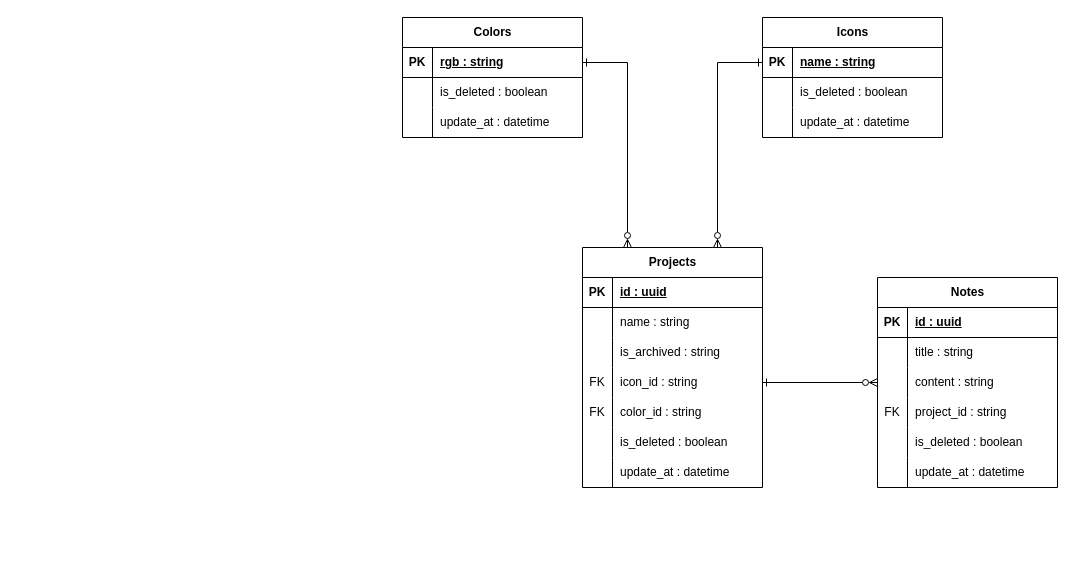
The draw.io diagram documentation/Relational_Model.drawio in PulidoLuciano/personal-space, before the edit. Source tidied: cells renumbered, new cells numbered last; positions are measured from the earlier drawing's top-left corner, leaving out a move shared by most shapes. Both pictures are drawn from the tidied source at 100%, with x=0, y=0 at pixel (402, 17).
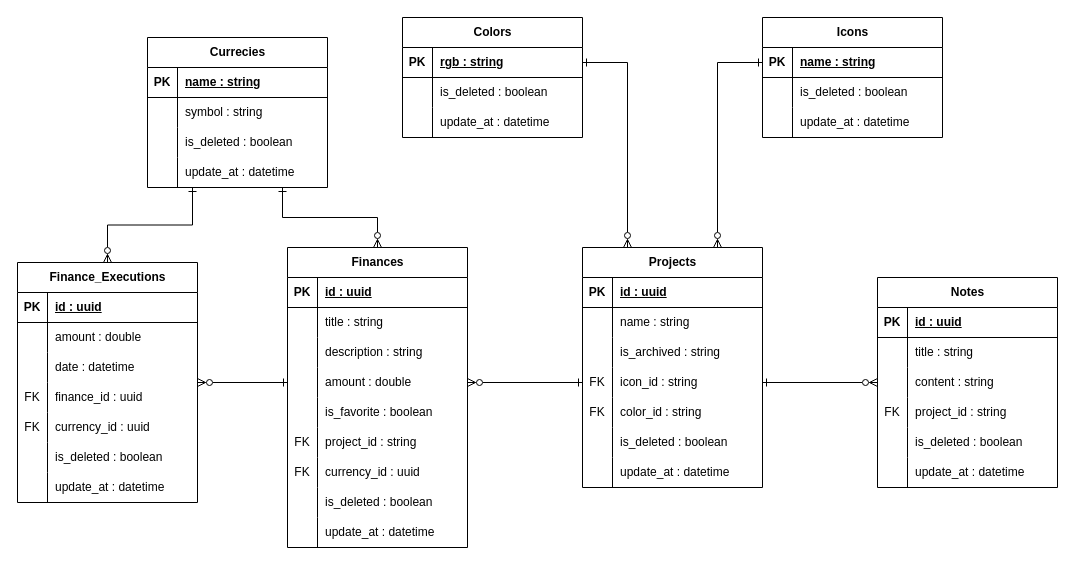
The same diagram, later.

Commit message (it also covers changes not shown here):
Change extend schemas for spread operators and create finance's tables

The change refers to these unchanged cells:
```xml
<mxCell id="12" style="shape=tableRow;horizontal=0;startSize=0;swimlaneHead=0;swimlaneBody=0;fillColor=none;points=[[0,0.5],[1,0.5]];portConstraint=eastwest;top=0;left=0;right=0;bottom=0;" parent="2" vertex="1">
  <mxGeometry y="120" width="180" height="30" as="geometry" />
</mxCell>
```

What changed in the source:
```diff
@@
+    <mxCell id="66" value="Finances" style="shape=table;startSize=30;childLayout=tableLayout;rowLines=0;fontStyle=1;align=center;html=1;" parent="1" vertex="1">
+      <mxGeometry x="-115" y="230" width="180" height="300" as="geometry" />
+    </mxCell>
+    <mxCell id="67" style="shape=tableRow;horizontal=0;startSize=0;swimlaneHead=0;swimlaneBody=0;fillColor=none;top=0;left=0;right=0;bottom=1;" parent="66" vertex="1">
+      <mxGeometry y="30" width="180" height="30" as="geometry" />
+    </mxCell>
+    <mxCell id="68" value="PK" style="shape=partialRectangle;fillColor=none;top=0;left=0;bottom=0;right=0;fontStyle=1;overflow=hidden;whiteSpace=wrap;html=1;" parent="67" vertex="1">
+      <mxGeometry width="30" height="30" as="geometry" />
+    </mxCell>
+    <mxCell id="69" value="id : uuid" style="shape=partialRectangle;fillColor=none;top=0;left=0;bottom=0;right=0;align=left;spacingLeft=6;fontStyle=5;overflow=hidden;whiteSpace=wrap;html=1;" parent="67" vertex="1">
+      <mxGeometry x="30" width="150" height="30" as="geometry" />
+    </mxCell>
+    <mxCell id="70" style="shape=tableRow;horizontal=0;startSize=0;swimlaneHead=0;swimlaneBody=0;fillColor=none;top=0;left=0;right=0;bottom=0;" parent="66" vertex="1">
+      <mxGeometry y="60" width="180" height="30" as="geometry" />
+    </mxCell>
+    <mxCell id="71" style="shape=partialRectangle;fillColor=none;top=0;left=0;bottom=0;right=0;overflow=hidden;whiteSpace=wrap;html=1;" parent="70" vertex="1">
+      <mxGeometry width="30" height="30" as="geometry" />
+    </mxCell>
+    <mxCell id="72" value="title : string" style="shape=partialRectangle;fillColor=none;top=0;left=0;bottom=0;right=0;align=left;spacingLeft=6;overflow=hidden;whiteSpace=wrap;html=1;" parent="70" vertex="1">
+      <mxGeometry x="30" width="150" height="30" as="geometry" />
+    </mxCell>
+    <mxCell id="73" style="shape=tableRow;horizontal=0;startSize=0;swimlaneHead=0;swimlaneBody=0;fillColor=none;top=0;left=0;right=0;bottom=0;" parent="66" vertex="1">
+      <mxGeometry y="90" width="180" height="30" as="geometry" />
+    </mxCell>
+    <mxCell id="74" style="shape=partialRectangle;fillColor=none;top=0;left=0;bottom=0;right=0;overflow=hidden;whiteSpace=wrap;html=1;" parent="73" vertex="1">
+      <mxGeometry width="30" height="30" as="geometry" />
+    </mxCell>
+    <mxCell id="75" value="description : string" style="shape=partialRectangle;fillColor=none;top=0;left=0;bottom=0;right=0;align=left;spacingLeft=6;overflow=hidden;whiteSpace=wrap;html=1;" parent="73" vertex="1">
+      <mxGeometry x="30" width="150" height="30" as="geometry" />
+    </mxCell>
+    <mxCell id="76" style="shape=tableRow;horizontal=0;startSize=0;swimlaneHead=0;swimlaneBody=0;fillColor=none;points=[[0,0.5],[1,0.5]];portConstraint=eastwest;top=0;left=0;right=0;bottom=0;" parent="66" vertex="1">
+      <mxGeometry y="120" width="180" height="30" as="geometry" />
+    </mxCell>
+    <mxCell id="77" style="shape=partialRectangle;fillColor=none;top=0;left=0;bottom=0;right=0;overflow=hidden;whiteSpace=wrap;html=1;" parent="76" vertex="1">
+      <mxGeometry width="30" height="30" as="geometry" />
+    </mxCell>
+    <mxCell id="78" value="amount : double" style="shape=partialRectangle;fillColor=none;top=0;left=0;bottom=0;right=0;align=left;spacingLeft=6;overflow=hidden;whiteSpace=wrap;html=1;" parent="76" vertex="1">
+      <mxGeometry x="30" width="150" height="30" as="geometry" />
+    </mxCell>
+    <mxCell id="79" style="shape=tableRow;horizontal=0;startSize=0;swimlaneHead=0;swimlaneBody=0;fillColor=none;top=0;left=0;right=0;bottom=0;" parent="66" vertex="1">
+      <mxGeometry y="150" width="180" height="30" as="geometry" />
+    </mxCell>
+    <mxCell id="80" style="shape=partialRectangle;fillColor=none;top=0;left=0;bottom=0;right=0;overflow=hidden;whiteSpace=wrap;html=1;" parent="79" vertex="1">
+      <mxGeometry width="30" height="30" as="geometry" />
+    </mxCell>
+    <mxCell id="81" value="is_favorite : boolean" style="shape=partialRectangle;fillColor=none;top=0;left=0;bottom=0;right=0;align=left;spacingLeft=6;overflow=hidden;whiteSpace=wrap;html=1;" parent="79" vertex="1">
+      <mxGeometry x="30" width="150" height="30" as="geometry" />
+    </mxCell>
+    <mxCell id="82" style="shape=tableRow;horizontal=0;startSize=0;swimlaneHead=0;swimlaneBody=0;fillColor=none;top=0;left=0;right=0;bottom=0;" parent="66" vertex="1">
+      <mxGeometry y="180" width="180" height="30" as="geometry" />
+    </mxCell>
+    <mxCell id="83" value="FK" style="shape=partialRectangle;fillColor=none;top=0;left=0;bottom=0;right=0;overflow=hidden;whiteSpace=wrap;html=1;" parent="82" vertex="1">
+      <mxGeometry width="30" height="30" as="geometry" />
+    </mxCell>
+    <mxCell id="84" value="project_id : string" style="shape=partialRectangle;fillColor=none;top=0;left=0;bottom=0;right=0;align=left;spacingLeft=6;overflow=hidden;whiteSpace=wrap;html=1;" parent="82" vertex="1">
+      <mxGeometry x="30" width="150" height="30" as="geometry" />
+    </mxCell>
+    <mxCell id="85" style="shape=tableRow;horizontal=0;startSize=0;swimlaneHead=0;swimlaneBody=0;fillColor=none;top=0;left=0;right=0;bottom=0;" parent="66" vertex="1">
+      <mxGeometry y="210" width="180" height="30" as="geometry" />
+    </mxCell>
+    <mxCell id="86" value="FK" style="shape=partialRectangle;fillColor=none;top=0;left=0;bottom=0;right=0;overflow=hidden;whiteSpace=wrap;html=1;" parent="85" vertex="1">
+      <mxGeometry width="30" height="30" as="geometry" />
+    </mxCell>
+    <mxCell id="87" value="currency_id : uuid" style="shape=partialRectangle;fillColor=none;top=0;left=0;bottom=0;right=0;align=left;spacingLeft=6;overflow=hidden;whiteSpace=wrap;html=1;" parent="85" vertex="1">
+      <mxGeometry x="30" width="150" height="30" as="geometry" />
+    </mxCell>
+    <mxCell id="88" style="shape=tableRow;horizontal=0;startSize=0;swimlaneHead=0;swimlaneBody=0;fillColor=none;top=0;left=0;right=0;bottom=0;" parent="66" vertex="1">
+      <mxGeometry y="240" width="180" height="30" as="geometry" />
+    </mxCell>
+    <mxCell id="89" style="shape=partialRectangle;fillColor=none;top=0;left=0;bottom=0;right=0;overflow=hidden;whiteSpace=wrap;html=1;" parent="88" vertex="1">
+      <mxGeometry width="30" height="30" as="geometry" />
+    </mxCell>
+    <mxCell id="90" value="is_deleted : boolean" style="shape=partialRectangle;fillColor=none;top=0;left=0;bottom=0;right=0;align=left;spacingLeft=6;overflow=hidden;whiteSpace=wrap;html=1;" parent="88" vertex="1">
+      <mxGeometry x="30" width="150" height="30" as="geometry" />
+    </mxCell>
+    <mxCell id="91" style="shape=tableRow;horizontal=0;startSize=0;swimlaneHead=0;swimlaneBody=0;fillColor=none;top=0;left=0;right=0;bottom=0;" parent="66" vertex="1">
+      <mxGeometry y="270" width="180" height="30" as="geometry" />
+    </mxCell>
+    <mxCell id="92" style="shape=partialRectangle;fillColor=none;top=0;left=0;bottom=0;right=0;overflow=hidden;whiteSpace=wrap;html=1;" parent="91" vertex="1">
+      <mxGeometry width="30" height="30" as="geometry" />
+    </mxCell>
+    <mxCell id="93" value="update_at : datetime" style="shape=partialRectangle;fillColor=none;top=0;left=0;bottom=0;right=0;align=left;spacingLeft=6;overflow=hidden;whiteSpace=wrap;html=1;" parent="91" vertex="1">
+      <mxGeometry x="30" width="150" height="30" as="geometry" />
+    </mxCell>
+    <mxCell id="94" style="edgeStyle=orthogonalEdgeStyle;rounded=0;jettySize=auto;html=1;exitX=1;exitY=0.5;exitDx=0;exitDy=0;entryX=0;entryY=0.5;entryDx=0;entryDy=0;endArrow=ERone;endFill=0;startArrow=ERzeroToMany;startFill=0;" parent="1" edge="1" source="76" target="12">
+      <mxGeometry relative="1" as="geometry" />
+    </mxCell>
+    <mxCell id="95" value="Finance_Executions" style="shape=table;startSize=30;childLayout=tableLayout;rowLines=0;fontStyle=1;align=center;html=1;" parent="1" vertex="1">
+      <mxGeometry x="-385" y="245" width="180" height="240" as="geometry" />
+    </mxCell>
+    <mxCell id="96" style="shape=tableRow;horizontal=0;startSize=0;swimlaneHead=0;swimlaneBody=0;fillColor=none;top=0;left=0;right=0;bottom=1;" parent="95" vertex="1">
+      <mxGeometry y="30" width="180" height="30" as="geometry" />
+    </mxCell>
+    <mxCell id="97" value="PK" style="shape=partialRectangle;fillColor=none;top=0;left=0;bottom=0;right=0;fontStyle=1;overflow=hidden;whiteSpace=wrap;html=1;" parent="96" vertex="1">
+      <mxGeometry width="30" height="30" as="geometry" />
+    </mxCell>
+    <mxCell id="98" value="id : uuid" style="shape=partialRectangle;fillColor=none;top=0;left=0;bottom=0;right=0;align=left;spacingLeft=6;fontStyle=5;overflow=hidden;whiteSpace=wrap;html=1;" parent="96" vertex="1">
+      <mxGeometry x="30" width="150" height="30" as="geometry" />
+    </mxCell>
+    <mxCell id="99" style="shape=tableRow;horizontal=0;startSize=0;swimlaneHead=0;swimlaneBody=0;fillColor=none;top=0;left=0;right=0;bottom=0;" parent="95" vertex="1">
+      <mxGeometry y="60" width="180" height="30" as="geometry" />
+    </mxCell>
+    <mxCell id="100" style="shape=partialRectangle;fillColor=none;top=0;left=0;bottom=0;right=0;overflow=hidden;whiteSpace=wrap;html=1;" parent="99" vertex="1">
+      <mxGeometry width="30" height="30" as="geometry" />
+    </mxCell>
+    <mxCell id="101" value="amount : double" style="shape=partialRectangle;fillColor=none;top=0;left=0;bottom=0;right=0;align=left;spacingLeft=6;overflow=hidden;whiteSpace=wrap;html=1;" parent="99" vertex="1">
+      <mxGeometry x="30" width="150" height="30" as="geometry" />
+    </mxCell>
+    <mxCell id="102" style="shape=tableRow;horizontal=0;startSize=0;swimlaneHead=0;swimlaneBody=0;fillColor=none;top=0;left=0;right=0;bottom=0;" parent="95" vertex="1">
+      <mxGeometry y="90" width="180" height="30" as="geometry" />
+    </mxCell>
+    <mxCell id="103" style="shape=partialRectangle;fillColor=none;top=0;left=0;bottom=0;right=0;overflow=hidden;whiteSpace=wrap;html=1;" parent="102" vertex="1">
+      <mxGeometry width="30" height="30" as="geometry" />
+    </mxCell>
+    <mxCell id="104" value="date : datetime" style="shape=partialRectangle;fillColor=none;top=0;left=0;bottom=0;right=0;align=left;spacingLeft=6;overflow=hidden;whiteSpace=wrap;html=1;" parent="102" vertex="1">
+      <mxGeometry x="30" width="150" height="30" as="geometry" />
+    </mxCell>
+    <mxCell id="105" style="shape=tableRow;horizontal=0;startSize=0;swimlaneHead=0;swimlaneBody=0;fillColor=none;top=0;left=0;right=0;bottom=0;" parent="95" vertex="1">
+      <mxGeometry y="120" width="180" height="30" as="geometry" />
+    </mxCell>
+    <mxCell id="106" value="FK" style="shape=partialRectangle;fillColor=none;top=0;left=0;bottom=0;right=0;overflow=hidden;whiteSpace=wrap;html=1;" parent="105" vertex="1">
+      <mxGeometry width="30" height="30" as="geometry" />
+    </mxCell>
+    <mxCell id="107" value="finance_id : uuid" style="shape=partialRectangle;fillColor=none;top=0;left=0;bottom=0;right=0;align=left;spacingLeft=6;overflow=hidden;whiteSpace=wrap;html=1;" parent="105" vertex="1">
+      <mxGeometry x="30" width="150" height="30" as="geometry" />
+    </mxCell>
+    <mxCell id="108" style="shape=tableRow;horizontal=0;startSize=0;swimlaneHead=0;swimlaneBody=0;fillColor=none;top=0;left=0;right=0;bottom=0;" parent="95" vertex="1">
+      <mxGeometry y="150" width="180" height="30" as="geometry" />
+    </mxCell>
+    <mxCell id="109" value="FK" style="shape=partialRectangle;fillColor=none;top=0;left=0;bottom=0;right=0;overflow=hidden;whiteSpace=wrap;html=1;" parent="108" vertex="1">
+      <mxGeometry width="30" height="30" as="geometry" />
+    </mxCell>
+    <mxCell id="110" value="currency_id : uuid" style="shape=partialRectangle;fillColor=none;top=0;left=0;bottom=0;right=0;align=left;spacingLeft=6;overflow=hidden;whiteSpace=wrap;html=1;" parent="108" vertex="1">
+      <mxGeometry x="30" width="150" height="30" as="geometry" />
+    </mxCell>
+    <mxCell id="111" style="shape=tableRow;horizontal=0;startSize=0;swimlaneHead=0;swimlaneBody=0;fillColor=none;top=0;left=0;right=0;bottom=0;" parent="95" vertex="1">
+      <mxGeometry y="180" width="180" height="30" as="geometry" />
+    </mxCell>
+    <mxCell id="112" style="shape=partialRectangle;fillColor=none;top=0;left=0;bottom=0;right=0;overflow=hidden;whiteSpace=wrap;html=1;" parent="111" vertex="1">
+      <mxGeometry width="30" height="30" as="geometry" />
+    </mxCell>
+    <mxCell id="113" value="is_deleted : boolean" style="shape=partialRectangle;fillColor=none;top=0;left=0;bottom=0;right=0;align=left;spacingLeft=6;overflow=hidden;whiteSpace=wrap;html=1;" parent="111" vertex="1">
+      <mxGeometry x="30" width="150" height="30" as="geometry" />
+    </mxCell>
+    <mxCell id="114" style="shape=tableRow;horizontal=0;startSize=0;swimlaneHead=0;swimlaneBody=0;fillColor=none;top=0;left=0;right=0;bottom=0;" parent="95" vertex="1">
+      <mxGeometry y="210" width="180" height="30" as="geometry" />
+    </mxCell>
+    <mxCell id="115" style="shape=partialRectangle;fillColor=none;top=0;left=0;bottom=0;right=0;overflow=hidden;whiteSpace=wrap;html=1;" parent="114" vertex="1">
+      <mxGeometry width="30" height="30" as="geometry" />
+    </mxCell>
+    <mxCell id="116" value="update_at : datetime" style="shape=partialRectangle;fillColor=none;top=0;left=0;bottom=0;right=0;align=left;spacingLeft=6;overflow=hidden;whiteSpace=wrap;html=1;" parent="114" vertex="1">
+      <mxGeometry x="30" width="150" height="30" as="geometry" />
+    </mxCell>
+    <mxCell id="117" style="edgeStyle=orthogonalEdgeStyle;rounded=0;jettySize=auto;html=1;exitX=0;exitY=0.5;exitDx=0;exitDy=0;entryX=1;entryY=0.5;entryDx=0;entryDy=0;endArrow=ERzeroToMany;endFill=0;startArrow=ERone;startFill=0;" parent="1" edge="1" source="76" target="95">
+      <mxGeometry relative="1" as="geometry" />
+    </mxCell>
+    <mxCell id="118" style="edgeStyle=orthogonalEdgeStyle;rounded=0;jettySize=auto;html=1;exitX=0.75;exitY=1;exitDx=0;exitDy=0;entryX=0.5;entryY=0;entryDx=0;entryDy=0;endArrow=ERzeroToMany;endFill=0;startArrow=ERone;startFill=0;" parent="1" edge="1" source="120" target="66">
+      <mxGeometry relative="1" as="geometry" />
+    </mxCell>
+    <mxCell id="119" style="edgeStyle=orthogonalEdgeStyle;rounded=0;jettySize=auto;html=1;exitX=0.25;exitY=1;exitDx=0;exitDy=0;entryX=0.5;entryY=0;entryDx=0;entryDy=0;startArrow=ERone;startFill=0;endArrow=ERzeroToMany;endFill=0;" parent="1" edge="1" source="120" target="95">
+      <mxGeometry relative="1" as="geometry" />
+    </mxCell>
+    <mxCell id="120" value="Currecies" style="shape=table;startSize=30;childLayout=tableLayout;rowLines=0;fontStyle=1;align=center;html=1;" parent="1" vertex="1">
+      <mxGeometry x="-255" y="20" width="180" height="150" as="geometry" />
+    </mxCell>
+    <mxCell id="121" style="shape=tableRow;horizontal=0;startSize=0;swimlaneHead=0;swimlaneBody=0;fillColor=none;top=0;left=0;right=0;bottom=1;" parent="120" vertex="1">
+      <mxGeometry y="30" width="180" height="30" as="geometry" />
+    </mxCell>
+    <mxCell id="122" value="PK" style="shape=partialRectangle;fillColor=none;top=0;left=0;bottom=0;right=0;fontStyle=1;overflow=hidden;whiteSpace=wrap;html=1;" parent="121" vertex="1">
+      <mxGeometry width="30" height="30" as="geometry" />
+    </mxCell>
+    <mxCell id="123" value="name : string" style="shape=partialRectangle;fillColor=none;top=0;left=0;bottom=0;right=0;align=left;spacingLeft=6;fontStyle=5;overflow=hidden;whiteSpace=wrap;html=1;" parent="121" vertex="1">
+      <mxGeometry x="30" width="150" height="30" as="geometry" />
+    </mxCell>
+    <mxCell id="124" style="shape=tableRow;horizontal=0;startSize=0;swimlaneHead=0;swimlaneBody=0;fillColor=none;top=0;left=0;right=0;bottom=0;" parent="120" vertex="1">
+      <mxGeometry y="60" width="180" height="30" as="geometry" />
+    </mxCell>
+    <mxCell id="125" style="shape=partialRectangle;fillColor=none;top=0;left=0;bottom=0;right=0;overflow=hidden;whiteSpace=wrap;html=1;" parent="124" vertex="1">
+      <mxGeometry width="30" height="30" as="geometry" />
+    </mxCell>
+    <mxCell id="126" value="symbol : string" style="shape=partialRectangle;fillColor=none;top=0;left=0;bottom=0;right=0;align=left;spacingLeft=6;overflow=hidden;whiteSpace=wrap;html=1;" parent="124" vertex="1">
+      <mxGeometry x="30" width="150" height="30" as="geometry" />
+    </mxCell>
+    <mxCell id="127" style="shape=tableRow;horizontal=0;startSize=0;swimlaneHead=0;swimlaneBody=0;fillColor=none;top=0;left=0;right=0;bottom=0;" parent="120" vertex="1">
+      <mxGeometry y="90" width="180" height="30" as="geometry" />
+    </mxCell>
+    <mxCell id="128" style="shape=partialRectangle;fillColor=none;top=0;left=0;bottom=0;right=0;overflow=hidden;whiteSpace=wrap;html=1;" parent="127" vertex="1">
+      <mxGeometry width="30" height="30" as="geometry" />
+    </mxCell>
+    <mxCell id="129" value="is_deleted : boolean" style="shape=partialRectangle;fillColor=none;top=0;left=0;bottom=0;right=0;align=left;spacingLeft=6;overflow=hidden;whiteSpace=wrap;html=1;" parent="127" vertex="1">
+      <mxGeometry x="30" width="150" height="30" as="geometry" />
+    </mxCell>
+    <mxCell id="130" style="shape=tableRow;horizontal=0;startSize=0;swimlaneHead=0;swimlaneBody=0;fillColor=none;top=0;left=0;right=0;bottom=0;" parent="120" vertex="1">
+      <mxGeometry y="120" width="180" height="30" as="geometry" />
+    </mxCell>
+    <mxCell id="131" style="shape=partialRectangle;fillColor=none;top=0;left=0;bottom=0;right=0;overflow=hidden;whiteSpace=wrap;html=1;" parent="130" vertex="1">
+      <mxGeometry width="30" height="30" as="geometry" />
+    </mxCell>
+    <mxCell id="132" value="update_at : datetime" style="shape=partialRectangle;fillColor=none;top=0;left=0;bottom=0;right=0;align=left;spacingLeft=6;overflow=hidden;whiteSpace=wrap;html=1;" parent="130" vertex="1">
+      <mxGeometry x="30" width="150" height="30" as="geometry" />
+    </mxCell>
```
